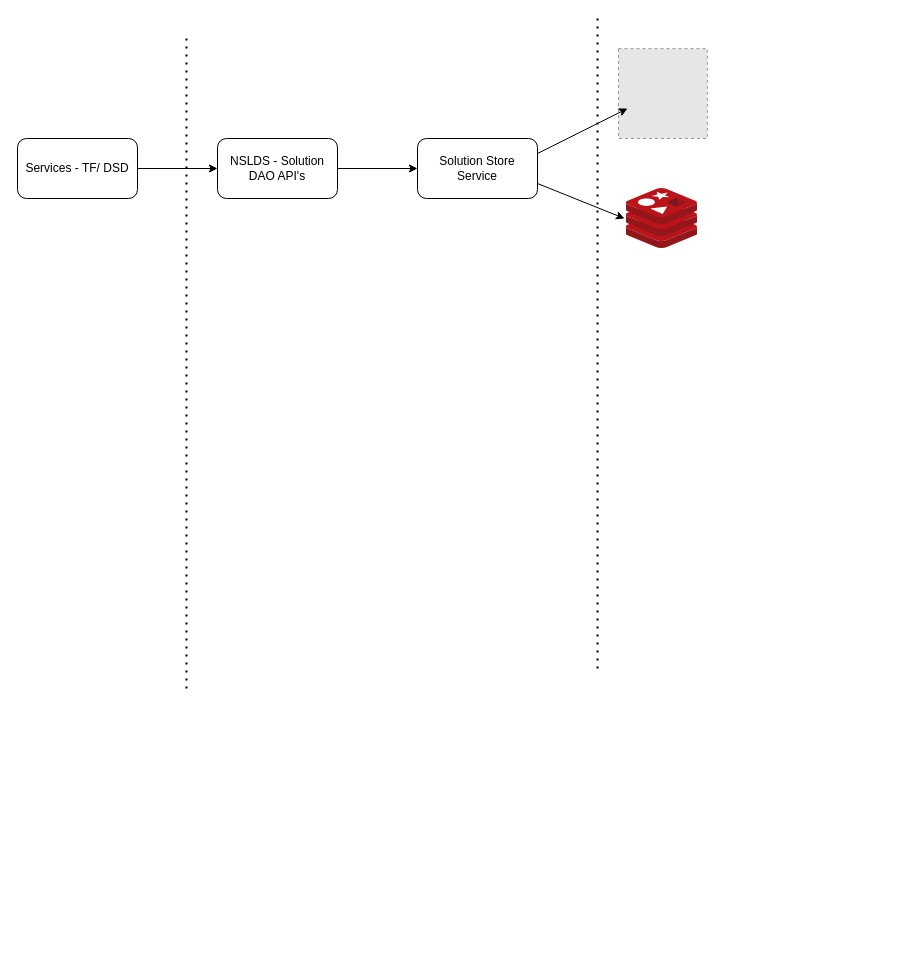
Earlier version of the draw.io diagram polyglot-bet.drawio (bharathbv44/java). Source tidied: cells renumbered, new cells numbered last; positions are measured from the earlier drawing's top-left corner, leaving out a move shared by most shapes. Both pictures are drawn from the tidied source at 100%, with x=0, y=0 at pixel (17, 18). Pictures stored in the file or linked from it are replaced by grey dashed boxes.
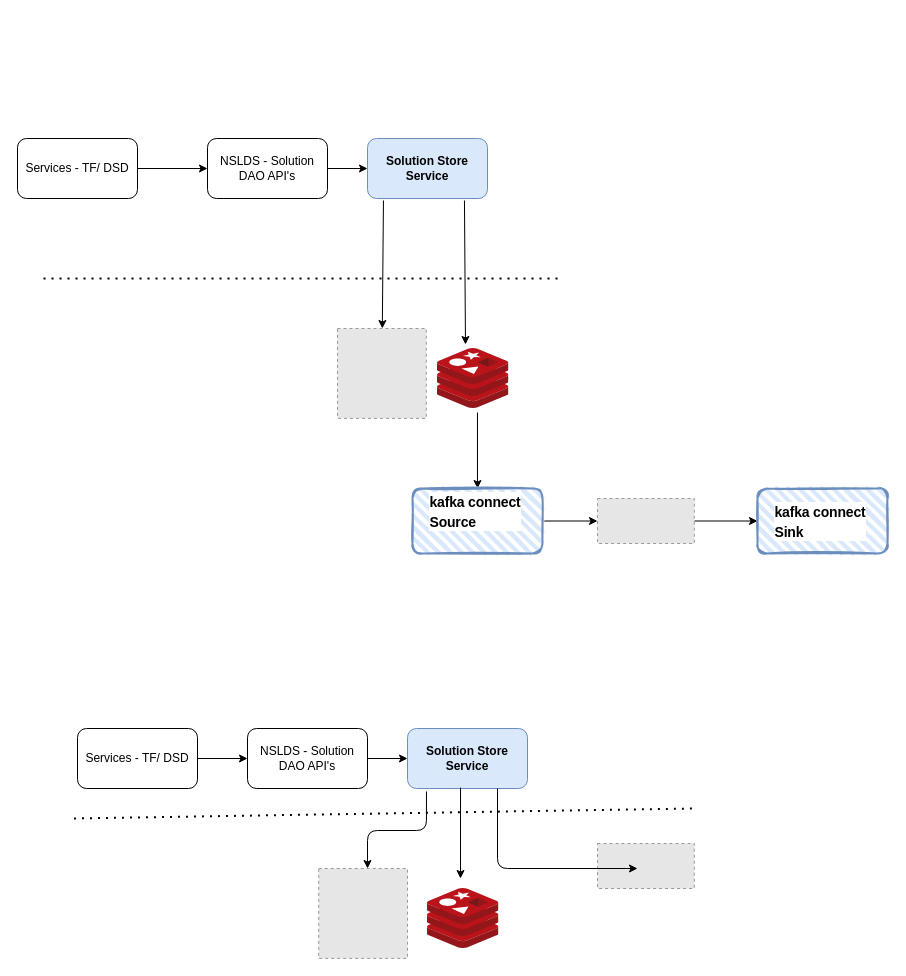
Above is the later version.

The edit, as a diff of the source:
```diff
@@
     <mxCell id="5" value="NSLDS - Solution DAO API's" style="rounded=1;whiteSpace=wrap;html=1;" parent="1" vertex="1">
-      <mxGeometry x="200" y="120" width="120" height="60" as="geometry" />
+      <mxGeometry x="190" y="120" width="120" height="60" as="geometry" />
     </mxCell>
-    <mxCell id="6" value="Solution Store Service" style="rounded=1;whiteSpace=wrap;html=1;" parent="1" vertex="1">
-      <mxGeometry x="400" y="120" width="120" height="60" as="geometry" />
+    <mxCell id="6" value="&lt;b&gt;Solution Store Service&lt;/b&gt;" style="rounded=1;whiteSpace=wrap;html=1;fillColor=#dae8fc;strokeColor=#6c8ebf;" parent="1" vertex="1">
+      <mxGeometry x="350" y="120" width="120" height="60" as="geometry" />
     </mxCell>
-    <mxCell id="7" style="endArrow=none;dashed=1;html=1;dashPattern=1 3;strokeWidth=2;" parent="1" edge="1">
-      <mxGeometry relative="1" as="geometry">
-        <mxPoint x="169" y="670" as="sourcePoint" />
-        <mxPoint x="169" y="20" as="targetPoint" />
-      </mxGeometry>
-    </mxCell>
     <mxCell id="8" style="endArrow=none;dashed=1;html=1;dashPattern=1 3;strokeWidth=2;" parent="1" edge="1">
       <mxGeometry relative="1" as="geometry">
-        <mxPoint x="580" y="650" as="sourcePoint" />
-        <mxPoint x="580" as="targetPoint" />
+        <mxPoint x="540" y="260" as="sourcePoint" />
+        <mxPoint x="20" y="260" as="targetPoint" />
       </mxGeometry>
     </mxCell>
     <mxCell id="9" style="fillColor=#E6E6E6;strokeColor=#999999;dashed=1;verticalLabelPosition=bottom;labelBackgroundColor=#ffffff;verticalAlign=top;" parent="1" vertex="1">
-      <mxGeometry x="601" y="30.1" width="88.8" height="89.9" as="geometry" />
+      <mxGeometry x="320" y="310" width="88.8" height="89.9" as="geometry" />
     </mxCell>
+    <mxCell id="13" style="edgeStyle=orthogonalEdgeStyle;rounded=0;jettySize=auto;html=1;exitX=0.56;exitY=1.067;exitDx=0;exitDy=0;exitPerimeter=0;" parent="1" edge="1" source="10" target="15">
+      <mxGeometry relative="1" as="geometry" />
+    </mxCell>
     <mxCell id="10" style="html=1;points=[];align=center;image;fontSize=12;image=img/lib/mscae/Cache_Redis_Product.svg;" parent="1" vertex="1">
-      <mxGeometry x="608.7" y="170" width="71.4" height="60" as="geometry" />
+      <mxGeometry x="420" y="330" width="71.4" height="60" as="geometry" />
     </mxCell>
-    <mxCell id="11" style="endArrow=classic;html=1;exitX=1;exitY=0.25;exitDx=0;exitDy=0;" parent="1" edge="1" source="6">
-      <mxGeometry relative="1" as="geometry">
-        <mxPoint x="610" y="90" as="targetPoint" />
-      </mxGeometry>
-    </mxCell>
-    <mxCell id="12" style="endArrow=classic;html=1;exitX=1;exitY=0.75;exitDx=0;exitDy=0;" parent="1" edge="1" source="6">
-      <mxGeometry relative="1" as="geometry">
-        <mxPoint x="607" y="200" as="targetPoint" />
-      </mxGeometry>
-    </mxCell>
+    <mxCell id="14" style="edgeStyle=orthogonalEdgeStyle;rounded=0;jettySize=auto;html=1;entryX=0;entryY=0.5;entryDx=0;entryDy=0;" parent="1" edge="1" source="15" target="17">
+      <mxGeometry relative="1" as="geometry" />
+    </mxCell>
+    <mxCell id="15" value="&lt;h2 class=&quot;title&quot; style=&quot;box-sizing: border-box ; margin: 0px 0px 0px 1rem ; letter-spacing: -0.01em ; line-height: 1.1 ; font-family: , sans-serif ; background-color: rgb(255 , 255 , 255)&quot;&gt;&lt;br&gt;&lt;/h2&gt;" style="rounded=1;whiteSpace=wrap;html=1;strokeWidth=2;fillWeight=4;hachureGap=8;hachureAngle=45;fillColor=#dae8fc;sketch=1;strokeColor=#6c8ebf;align=left;" parent="1" vertex="1">
+      <mxGeometry x="395" y="470" width="130" height="65" as="geometry" />
+    </mxCell>
+    <mxCell id="16" style="edgeStyle=orthogonalEdgeStyle;rounded=0;jettySize=auto;html=1;entryX=0;entryY=0.5;entryDx=0;entryDy=0;" parent="1" edge="1" source="17" target="20">
+      <mxGeometry relative="1" as="geometry" />
+    </mxCell>
+    <mxCell id="17" style="fillColor=#E6E6E6;strokeColor=#999999;dashed=1;verticalLabelPosition=bottom;labelBackgroundColor=#ffffff;verticalAlign=top;" parent="1" vertex="1">
+      <mxGeometry x="580" y="480" width="96.8" height="45" as="geometry" />
+    </mxCell>
+    <mxCell id="18" value="&lt;h2 class=&quot;title&quot; style=&quot;text-align: left ; box-sizing: border-box ; margin: 0px 0px 0px 1rem ; letter-spacing: -0.01em ; line-height: 1.1 ; background-color: rgb(255 , 255 , 255)&quot;&gt;&lt;font style=&quot;font-size: 14px&quot;&gt;kafka connect&lt;br&gt;Source&lt;/font&gt;&lt;/h2&gt;" style="text;html=1;strokeColor=none;fillColor=none;align=center;verticalAlign=middle;whiteSpace=wrap;rounded=0;" parent="1" vertex="1">
+      <mxGeometry x="395" y="482.5" width="110" height="20" as="geometry" />
+    </mxCell>
+    <mxCell id="19" value="&lt;h2 class=&quot;title&quot; style=&quot;box-sizing: border-box ; margin: 0px 0px 0px 1rem ; letter-spacing: -0.01em ; line-height: 1.1 ; font-family: , sans-serif ; background-color: rgb(255 , 255 , 255)&quot;&gt;&lt;br&gt;&lt;/h2&gt;" style="rounded=1;whiteSpace=wrap;html=1;strokeWidth=2;fillWeight=4;hachureGap=8;hachureAngle=45;fillColor=#dae8fc;sketch=1;strokeColor=#6c8ebf;align=left;" parent="1" vertex="1">
+      <mxGeometry x="740" y="470" width="130" height="65" as="geometry" />
+    </mxCell>
+    <mxCell id="20" value="&lt;h2 class=&quot;title&quot; style=&quot;text-align: left ; box-sizing: border-box ; margin: 0px 0px 0px 1rem ; letter-spacing: -0.01em ; line-height: 1.1 ; background-color: rgb(255 , 255 , 255)&quot;&gt;&lt;font style=&quot;font-size: 14px&quot;&gt;kafka connect&lt;br&gt;Sink&lt;/font&gt;&lt;/h2&gt;" style="text;html=1;strokeColor=none;fillColor=none;align=center;verticalAlign=middle;whiteSpace=wrap;rounded=0;" parent="1" vertex="1">
+      <mxGeometry x="740" y="492.5" width="110" height="20" as="geometry" />
+    </mxCell>
+    <mxCell id="21" style="endArrow=classic;html=1;exitX=0.133;exitY=1.033;exitDx=0;exitDy=0;exitPerimeter=0;" parent="1" edge="1" source="6" target="9">
+      <mxGeometry relative="1" as="geometry" />
+    </mxCell>
+    <mxCell id="22" style="endArrow=classic;html=1;entryX=0.392;entryY=-0.067;entryDx=0;entryDy=0;entryPerimeter=0;exitX=0.808;exitY=1.033;exitDx=0;exitDy=0;exitPerimeter=0;" parent="1" edge="1" source="6" target="10">
+      <mxGeometry relative="1" as="geometry" />
+    </mxCell>
+    <mxCell id="23" style="edgeStyle=orthogonalEdgeStyle;rounded=0;jettySize=auto;html=1;" parent="1" edge="1" source="24" target="26">
+      <mxGeometry relative="1" as="geometry" />
+    </mxCell>
+    <mxCell id="24" value="Services - TF/ DSD" style="rounded=1;whiteSpace=wrap;html=1;" parent="1" vertex="1">
+      <mxGeometry x="60" y="710" width="120" height="60" as="geometry" />
+    </mxCell>
+    <mxCell id="25" style="edgeStyle=orthogonalEdgeStyle;rounded=0;jettySize=auto;html=1;" parent="1" edge="1" source="26" target="27">
+      <mxGeometry relative="1" as="geometry" />
+    </mxCell>
+    <mxCell id="26" value="NSLDS - Solution DAO API's" style="rounded=1;whiteSpace=wrap;html=1;" parent="1" vertex="1">
+      <mxGeometry x="230" y="710" width="120" height="60" as="geometry" />
+    </mxCell>
+    <mxCell id="27" value="&lt;b&gt;Solution Store Service&lt;/b&gt;" style="rounded=1;whiteSpace=wrap;html=1;fillColor=#dae8fc;strokeColor=#6c8ebf;" parent="1" vertex="1">
+      <mxGeometry x="390" y="710" width="120" height="60" as="geometry" />
+    </mxCell>
+    <mxCell id="28" style="endArrow=none;dashed=1;html=1;dashPattern=1 3;strokeWidth=2;" parent="1" edge="1">
+      <mxGeometry relative="1" as="geometry">
+        <mxPoint x="674.4" y="790" as="sourcePoint" />
+        <mxPoint x="54.4" y="800" as="targetPoint" />
+      </mxGeometry>
+    </mxCell>
+    <mxCell id="29" style="fillColor=#E6E6E6;strokeColor=#999999;dashed=1;verticalLabelPosition=bottom;labelBackgroundColor=#ffffff;verticalAlign=top;" parent="1" vertex="1">
+      <mxGeometry x="301.2" y="850" width="88.8" height="89.9" as="geometry" />
+    </mxCell>
+    <mxCell id="30" style="html=1;align=center;image;fontSize=12;image=img/lib/mscae/Cache_Redis_Product.svg;" parent="1" vertex="1">
+      <mxGeometry x="410" y="870" width="71.4" height="60" as="geometry" />
+    </mxCell>
+    <mxCell id="31" style="fillColor=#E6E6E6;strokeColor=#999999;dashed=1;verticalLabelPosition=bottom;labelBackgroundColor=#ffffff;verticalAlign=top;" parent="1" vertex="1">
+      <mxGeometry x="580" y="825" width="96.8" height="45" as="geometry" />
+    </mxCell>
+    <mxCell id="32" style="edgeStyle=elbowEdgeStyle;elbow=vertical;endArrow=classic;html=1;exitX=0.158;exitY=1.05;exitDx=0;exitDy=0;exitPerimeter=0;" parent="1" edge="1" source="27">
+      <mxGeometry relative="1" as="geometry">
+        <mxPoint x="350" y="850" as="targetPoint" />
+      </mxGeometry>
+    </mxCell>
+    <mxCell id="33" style="edgeStyle=elbowEdgeStyle;elbow=vertical;endArrow=classic;html=1;exitX=0.75;exitY=1;exitDx=0;exitDy=0;" parent="1" edge="1" source="27">
+      <mxGeometry relative="1" as="geometry">
+        <mxPoint x="620" y="850" as="targetPoint" />
+        <Array as="points">
+          <mxPoint x="550" y="850" />
+        </Array>
+      </mxGeometry>
+    </mxCell>
+    <mxCell id="34" style="endArrow=classic;html=1;exitX=0.442;exitY=0.983;exitDx=0;exitDy=0;exitPerimeter=0;" parent="1" edge="1" source="27">
+      <mxGeometry relative="1" as="geometry">
+        <mxPoint x="443" y="860" as="targetPoint" />
+      </mxGeometry>
+    </mxCell>
```
